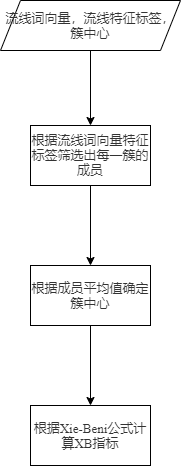
Earlier version of the draw.io export imgs/Xie-Beni.png (zhangsrr/GraduationProject). Source tidied: cells renumbered, new cells last; positions are measured from the earlier drawing's top-left corner, leaving out a move shared by most shapes.
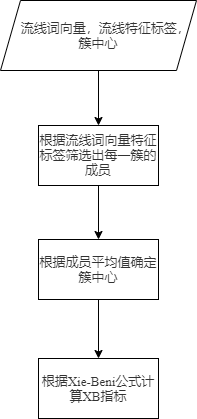
Above is the later version.

What changed in the source:
```diff
@@ -5,8 +5,8 @@
     <mxCell id="2" style="edgeStyle=orthogonalEdgeStyle;rounded=0;jettySize=auto;html=1;" parent="1" edge="1" source="3" target="5">
       <mxGeometry relative="1" as="geometry" />
     </mxCell>
-    <mxCell id="3" value="&lt;span style=&quot;color: rgb(50 , 50 , 50) ; font-size: 13px ; background-color: rgba(255 , 255 , 255 , 0.01)&quot;&gt;流线词向量，流线特征标签，簇中心&lt;/span&gt;" style="shape=parallelogram;perimeter=parallelogramPerimeter;whiteSpace=wrap;html=1;fixedSize=1;" parent="1" vertex="1">
-      <mxGeometry width="180" height="50" as="geometry" />
+    <mxCell id="3" value="&lt;span style=&quot;color: rgb(50 , 50 , 50) ; font-size: 13px ; background-color: rgba(255 , 255 , 255 , 0.01)&quot;&gt;&amp;nbsp; &amp;nbsp; 流线词向量，流线特征标签，簇中心&lt;/span&gt;" style="shape=parallelogram;perimeter=parallelogramPerimeter;whiteSpace=wrap;html=1;fixedSize=1;" parent="1" vertex="1">
+      <mxGeometry x="-8" width="196" height="70" as="geometry" />
     </mxCell>
     <mxCell id="4" style="edgeStyle=orthogonalEdgeStyle;rounded=0;jettySize=auto;html=1;" parent="1" edge="1" source="5" target="7">
       <mxGeometry relative="1" as="geometry" />
@@ -18,10 +18,10 @@
       <mxGeometry relative="1" as="geometry" />
     </mxCell>
     <mxCell id="7" value="&#10;&#10;&lt;span style=&quot;color: rgb(50, 50, 50); font-size: 13px; font-style: normal; font-weight: 400; letter-spacing: normal; text-align: center; text-indent: 0px; text-transform: none; word-spacing: 0px; background-color: rgba(255, 255, 255, 0.01); display: inline; float: none;&quot;&gt;根据成员平均值确定簇中心&lt;/span&gt;&#10;&#10;" style="whiteSpace=wrap;html=1;" parent="1" vertex="1">
-      <mxGeometry x="30" y="265" width="120" height="60" as="geometry" />
+      <mxGeometry x="30" y="239" width="120" height="60" as="geometry" />
     </mxCell>
     <mxCell id="8" value="&lt;font face=&quot;Times New Roman&quot;&gt;&lt;span style=&quot;color: rgb(50 , 50 , 50) ; font-size: 13px ; font-style: normal ; font-weight: 400 ; letter-spacing: normal ; text-align: center ; text-indent: 0px ; text-transform: none ; word-spacing: 0px ; background-color: rgba(255 , 255 , 255 , 0.01) ; display: inline ; float: none&quot;&gt;根据Xie-Beni公式计算XB指标&lt;/span&gt;&lt;br&gt;&lt;/font&gt;" style="whiteSpace=wrap;html=1;" parent="1" vertex="1">
-      <mxGeometry x="30" y="405" width="120" height="60" as="geometry" />
+      <mxGeometry x="30" y="358" width="120" height="60" as="geometry" />
     </mxCell>
   </root>
 </mxGraphModel>
```
